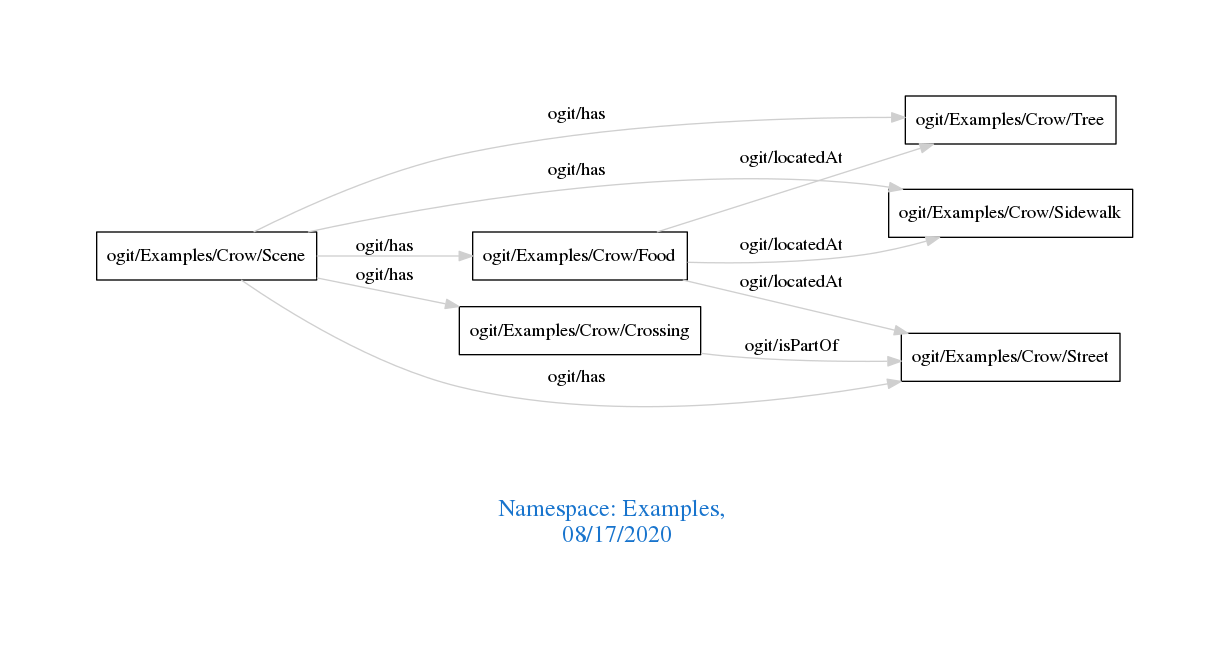
arago/OGIT keeps this Graphviz diagram as downloads/Examples.png. Above is the earlier version. Its source is kept beside it as downloads/Examples.dot.
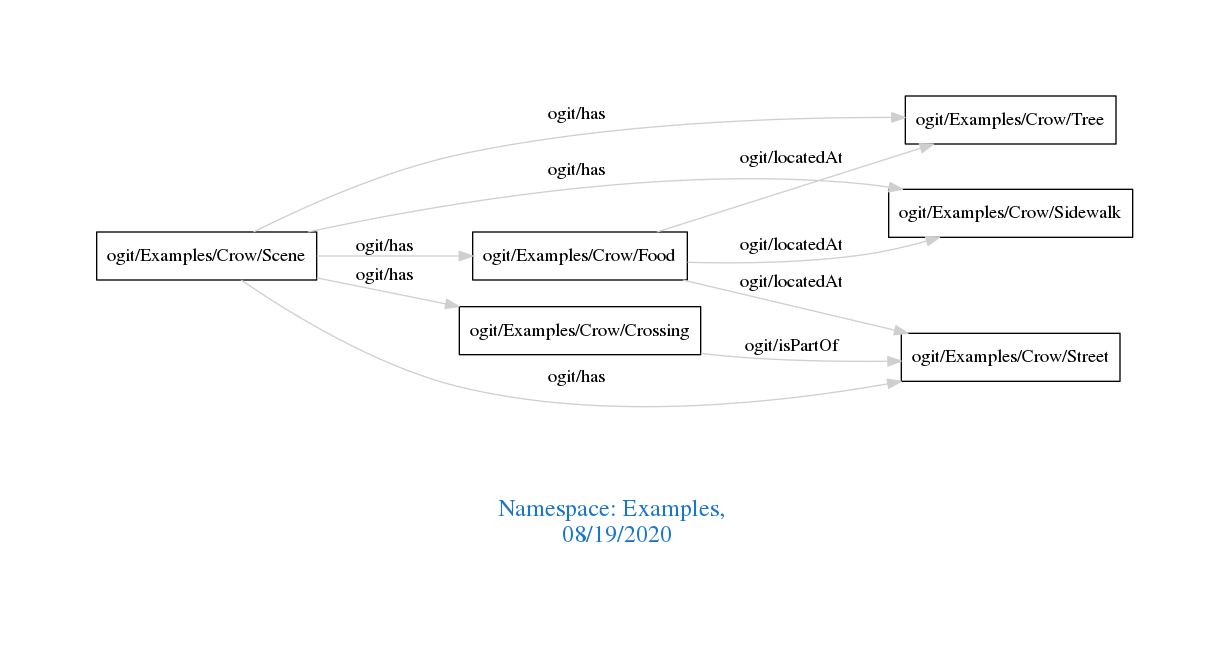
Later version of the same file.

What changed in the source:
```diff
@@ -1,7 +1,7 @@
 digraph OGIT_ontology {
  graph [ rankdir= LR,pad=1
 fontsize = 18,
-fontcolor= dodgerblue3,label = "\n\n\nNamespace: Examples, \n 08/17/2020"];
+fontcolor= dodgerblue3,label = "\n\n\nNamespace: Examples, \n 08/19/2020"];
 node[shape=polygon];
 edge [  color="gray81"];
 
```
